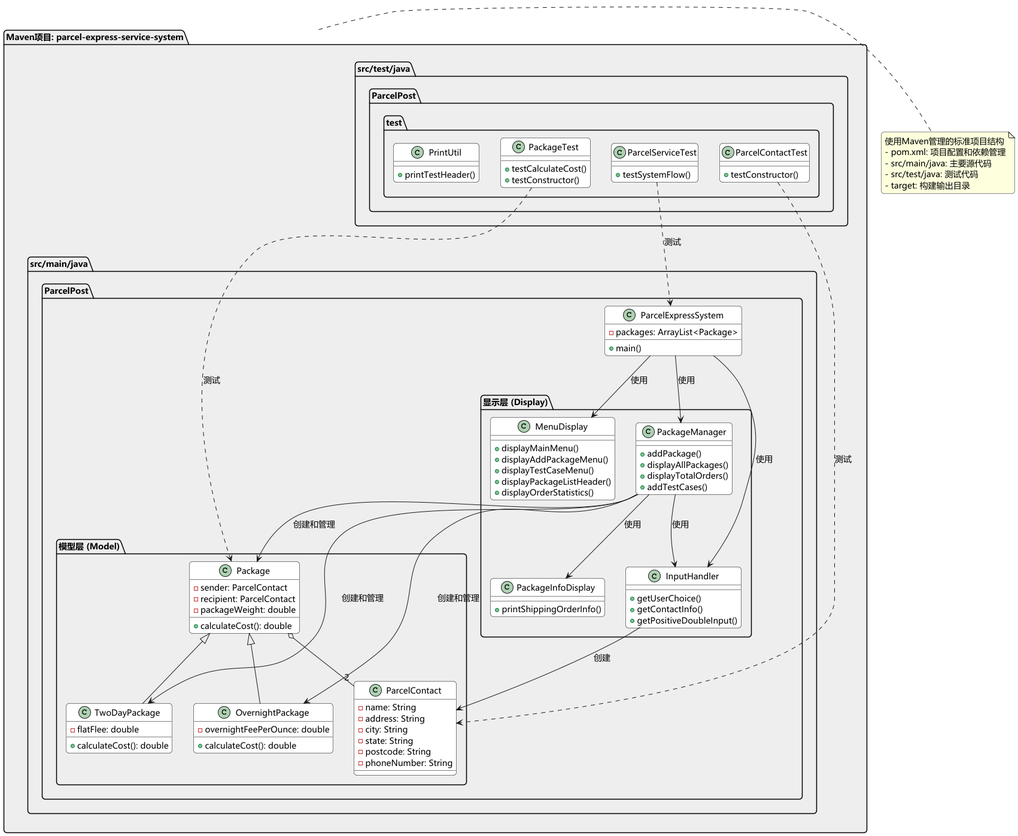
Above: docs/diagrams/out/system_architecture.png in UE-DND/Parcel_Express_Service_System (PlantUML), before the change.
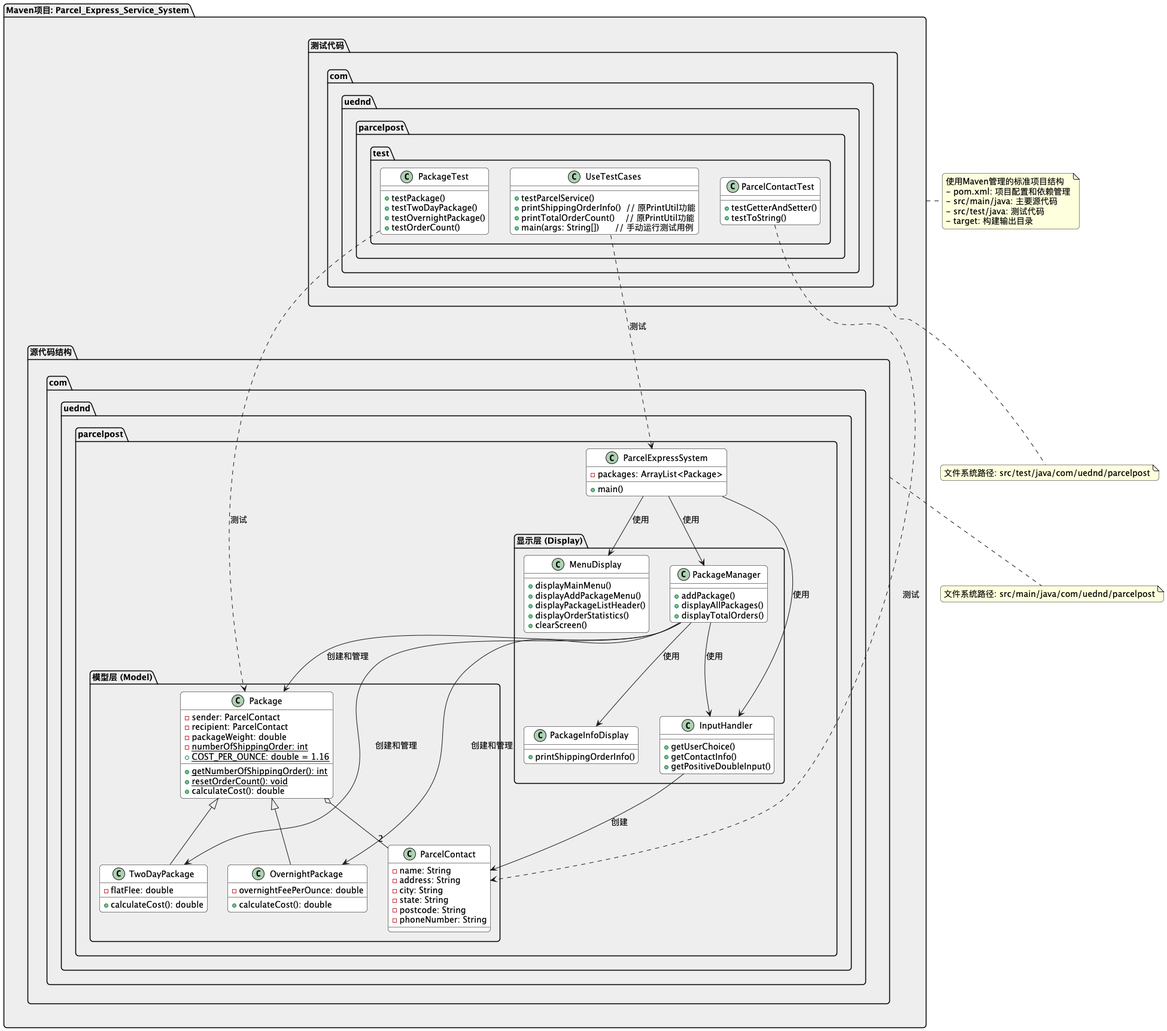
After the commit.

What changed in the source:
```diff
@@ -21,14 +21,18 @@
   FontColor #000000
 }
 
-package "Maven项目: parcel-express-service-system" {
-  package "src/main/java" {
-    package "ParcelPost" {
+package "Maven项目: Parcel_Express_Service_System" {
+      package "源代码结构" {
+      package "com.uednd.parcelpost" {
       package "模型层 (Model)" {
         class Package {
           - sender: ParcelContact
           - recipient: ParcelContact
           - packageWeight: double
+          - {static} numberOfShippingOrder: int
+          + {static} COST_PER_OUNCE: double = 1.16
+          + {static} getNumberOfShippingOrder(): int
+          + {static} resetOrderCount(): void
           + calculateCost(): double
         }
 
@@ -60,9 +64,9 @@
         class MenuDisplay {
           + displayMainMenu()
           + displayAddPackageMenu()
-          + displayTestCaseMenu()
           + displayPackageListHeader()
           + displayOrderStatistics()
+          + clearScreen()
         }
 
         class PackageInfoDisplay {
@@ -79,7 +83,6 @@
           + addPackage()
           + displayAllPackages()
           + displayTotalOrders()
-          + addTestCases()
         }
       }
 
@@ -90,23 +93,25 @@
     }
   }
 
-  package "src/test/java" {
-    package "ParcelPost.test" {
+  package "测试代码" {
+    package "com.uednd.parcelpost.test" {
       class PackageTest {
-        + testCalculateCost()
-        + testConstructor()
+        + testPackage()
+        + testTwoDayPackage()
+        + testOvernightPackage()
+        + testOrderCount()
       }
 
       class ParcelContactTest {
-        + testConstructor()
+        + testGetterAndSetter()
+        + testToString()
       }
 
-      class ParcelServiceTest {
-        + testSystemFlow()
-      }
-
-      class PrintUtil {
-        + printTestHeader()
+      class UseTestCases {
+        + testParcelService()
+        + printShippingOrderInfo()  // 原PrintUtil功能
+        + printTotalOrderCount()    // 原PrintUtil功能
+        + main(args: String[])      // 手动运行测试用例
       }
     }
   }
@@ -123,10 +128,10 @@
 
   PackageTest ..> Package : 测试
   ParcelContactTest ..> ParcelContact : 测试
-  ParcelServiceTest ..> ParcelExpressSystem : 测试
+  UseTestCases ..> ParcelExpressSystem : 测试
 }
 
-note right of "Maven项目: parcel-express-service-system"
+note right of "Maven项目: Parcel_Express_Service_System"
   使用Maven管理的标准项目结构
   - pom.xml: 项目配置和依赖管理
   - src/main/java: 主要源代码
@@ -134,4 +139,12 @@
   - target: 构建输出目录
 end note
 
+note bottom of "源代码结构"
+  文件系统路径: src/main/java/com/uednd/parcelpost
+end note
+
+note bottom of "测试代码"
+  文件系统路径: src/test/java/com/uednd/parcelpost
+end note
+
 @enduml
```
